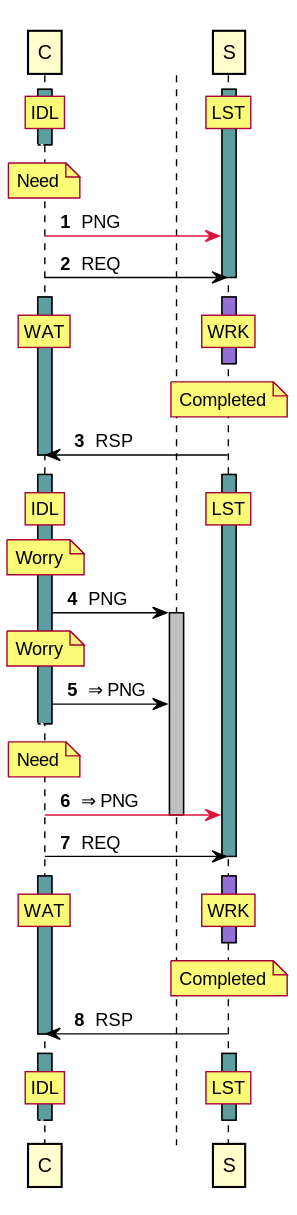
This is tests/expected/test_client_server/sequence.svg from orenbenkiki/total-space, a PlantUML export, as it was before one commit.
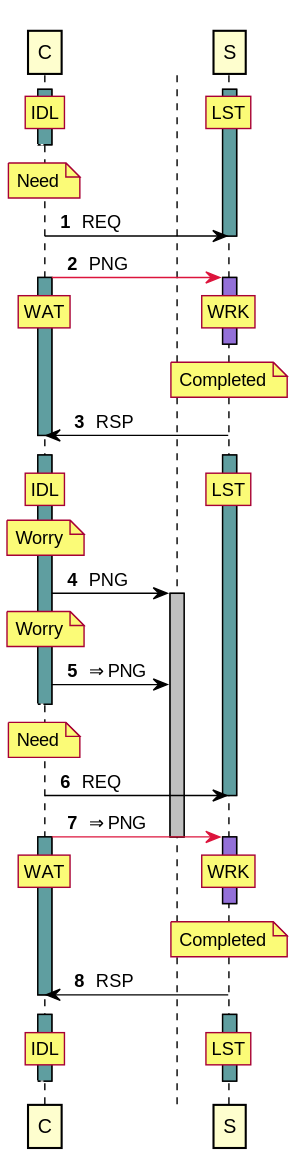
Later version of the same file.

The edit, as a diff of the source:
```diff
@@ -21,12 +21,9 @@
 autonumber resume
 deactivate A0
 note over A0 : Need
-A0 -[#Crimson]> A1 : PNG
 A0 -> A1 : REQ
 deactivate A1
-autonumber stop
-[<[#White]-- A0
-autonumber resume
+A0 -[#Crimson]> A1 : PNG
 activate A0 #CadetBlue
 activate A1 #MediumPurple
 rnote over A0 : WAT
@@ -56,13 +53,10 @@
 autonumber resume
 deactivate A0
 note over A0 : Need
+A0 -> A1 : REQ
+deactivate A1
 A0 -[#Crimson]> A1 : &#8658; PNG
 deactivate T0
-A0 -> A1 : REQ
-deactivate A1
-autonumber stop
-[<[#White]-- A0
-autonumber resume
 activate A0 #CadetBlue
 activate A1 #MediumPurple
 rnote over A0 : WAT
```
